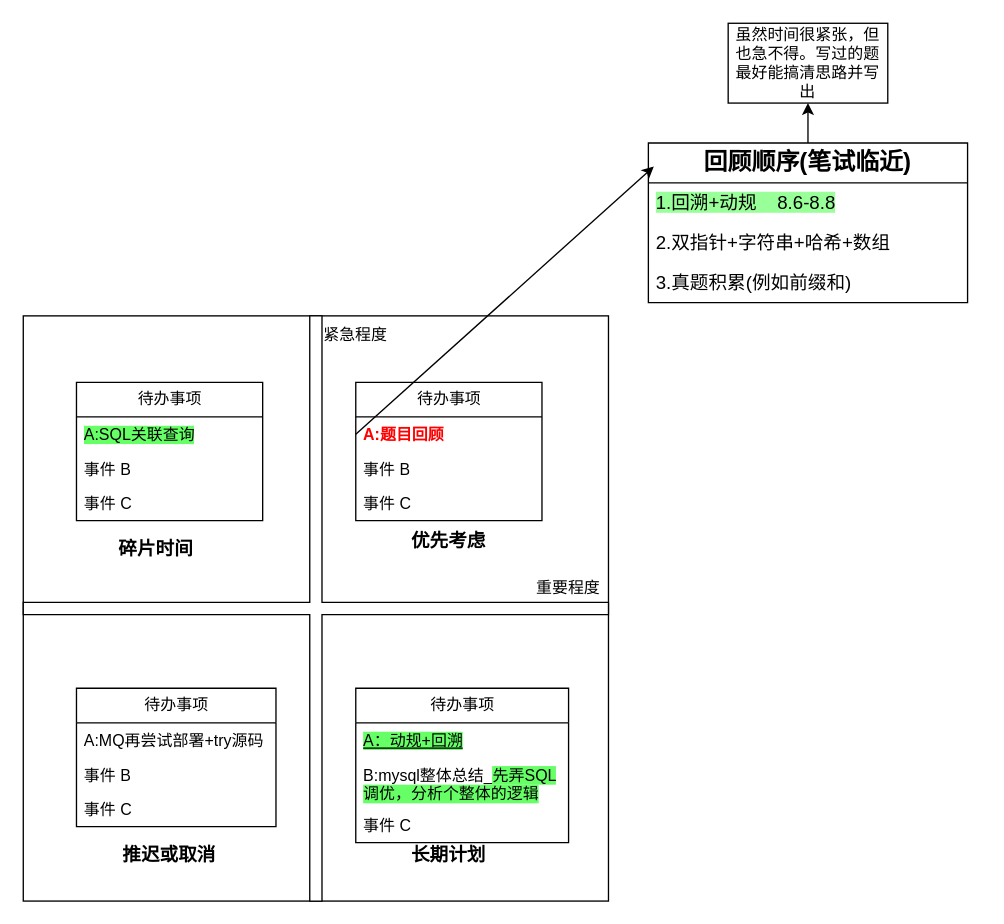
This is 优先级象限.drawio from beyondgogogo/Graph, a draw.io file, before an edit. Source tidied: cells renumbered, new cells numbered last; positions are measured from the earlier drawing's top-left corner, leaving out a move shared by most shapes. Both pictures are drawn from the tidied source at 133%, with x=0, y=0 at pixel (23, 23).
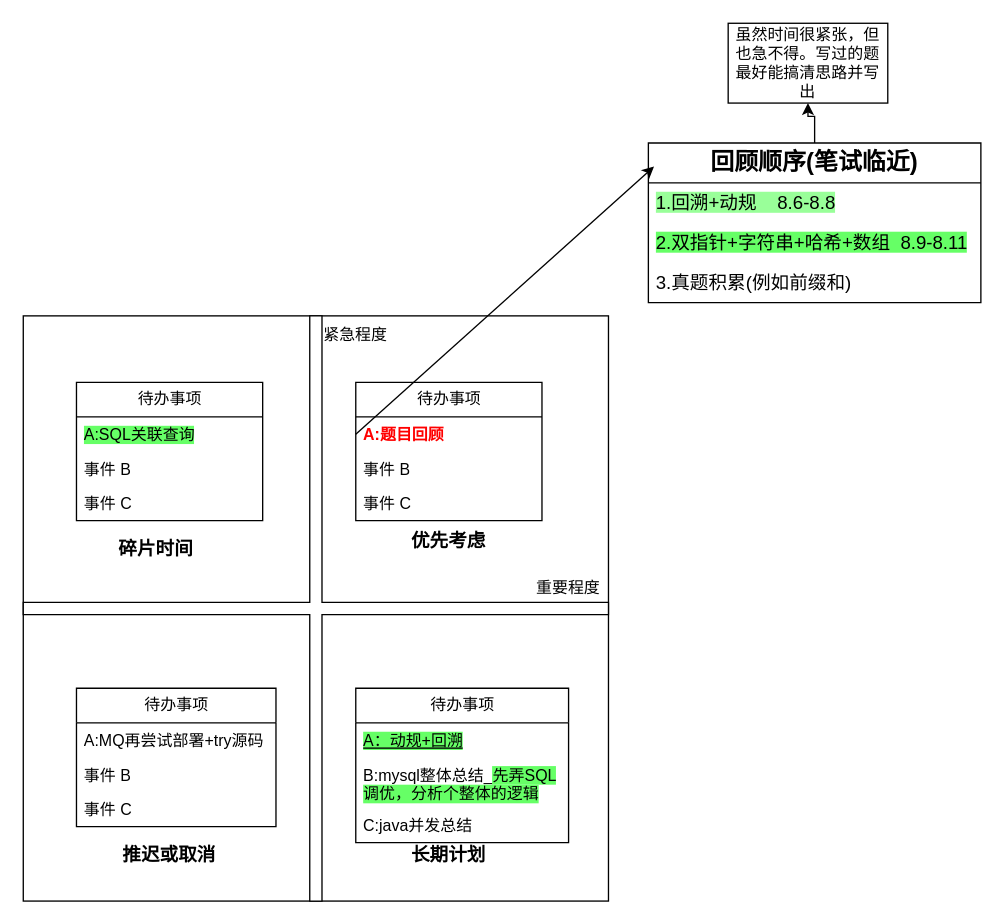
The same page after the edit.

Commit message:
更新优先级象限.drawio

Unchanged cells that the change refers to:
```xml
<mxCell id="14" value="待办事项" style="swimlane;fontStyle=0;horizontal=1;startSize=26;fillColor=none;html=1;" parent="1" vertex="1">
  <mxGeometry x="250" y="500" width="160" height="116" as="geometry" />
</mxCell>
```

The edit, as a diff of the source:
```diff
@@
-    <mxCell id="17" value="事件 C" style="text;strokeColor=none;fillColor=none;align=left;verticalAlign=top;spacingLeft=4;spacingRight=4;overflow=hidden;whiteSpace=wrap;html=1;" parent="14" vertex="1">
+    <mxCell id="17" value="C:java并发总结" style="text;strokeColor=none;fillColor=none;align=left;verticalAlign=top;spacingLeft=4;spacingRight=4;overflow=hidden;whiteSpace=wrap;html=1;" parent="14" vertex="1">
       <mxGeometry y="90" width="160" height="26" as="geometry" />
     </mxCell>
@@
     <mxCell id="27" value="&lt;h2&gt;回顾顺序(笔试临近)&lt;/h2&gt;" style="swimlane;fontStyle=0;horizontal=1;startSize=30;whiteSpace=wrap;html=1;" parent="1" vertex="1">
-      <mxGeometry x="470" y="90" width="240" height="120" as="geometry" />
+      <mxGeometry x="470" y="90" width="250" height="120" as="geometry" />
     </mxCell>
     <mxCell id="28" value="&lt;font style=&quot;font-size: 14px; background-color: rgb(153, 255, 153);&quot;&gt;1.回溯+动规&amp;nbsp; &amp;nbsp; 8.6-8.8&lt;/font&gt;" style="text;strokeColor=none;fillColor=none;align=left;verticalAlign=middle;spacingLeft=4;spacingRight=4;overflow=hidden;whiteSpace=wrap;html=1;" parent="27" vertex="1">
-      <mxGeometry y="30" width="240" height="30" as="geometry" />
+      <mxGeometry y="30" width="250" height="30" as="geometry" />
     </mxCell>
-    <mxCell id="29" value="&lt;font style=&quot;font-size: 14px;&quot;&gt;2.双指针+字符串+哈希+数组&lt;/font&gt;" style="text;strokeColor=none;fillColor=none;align=left;verticalAlign=middle;spacingLeft=4;spacingRight=4;overflow=hidden;whiteSpace=wrap;html=1;" parent="27" vertex="1">
-      <mxGeometry y="60" width="240" height="30" as="geometry" />
+    <mxCell id="29" value="&lt;font style=&quot;font-size: 14px; background-color: rgb(102, 255, 102);&quot;&gt;2.双指针+字符串+哈希+数组&amp;nbsp; 8.9-8.11&lt;/font&gt;" style="text;strokeColor=none;fillColor=none;align=left;verticalAlign=middle;spacingLeft=4;spacingRight=4;overflow=hidden;whiteSpace=wrap;html=1;" parent="27" vertex="1">
+      <mxGeometry y="60" width="250" height="30" as="geometry" />
     </mxCell>
     <mxCell id="30" value="&lt;font style=&quot;font-size: 14px;&quot;&gt;3.真题积累(例如前缀和)&lt;/font&gt;" style="text;strokeColor=none;fillColor=none;align=left;verticalAlign=middle;spacingLeft=4;spacingRight=4;overflow=hidden;whiteSpace=wrap;html=1;" parent="27" vertex="1">
-      <mxGeometry y="90" width="240" height="30" as="geometry" />
+      <mxGeometry y="90" width="250" height="30" as="geometry" />
     </mxCell>
```
